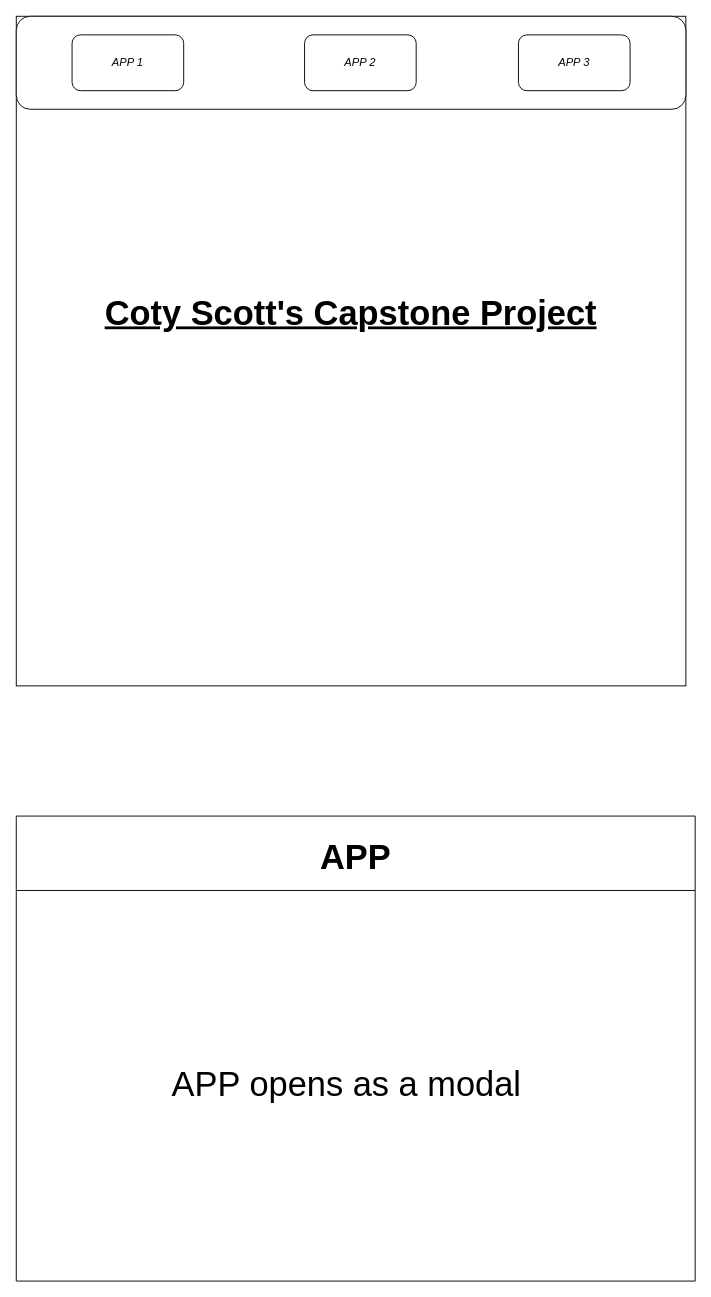
MrEclipse13/flexbox-course keeps this draw.io diagram as Untitled Diagram.drawio. Above is the earlier version. Source tidied: cells renumbered, new cells numbered last; positions are measured from the earlier drawing's top-left corner, leaving out a move shared by most shapes. Both pictures are drawn from the tidied source at 93%, with x=0, y=0 at pixel (16, 16).
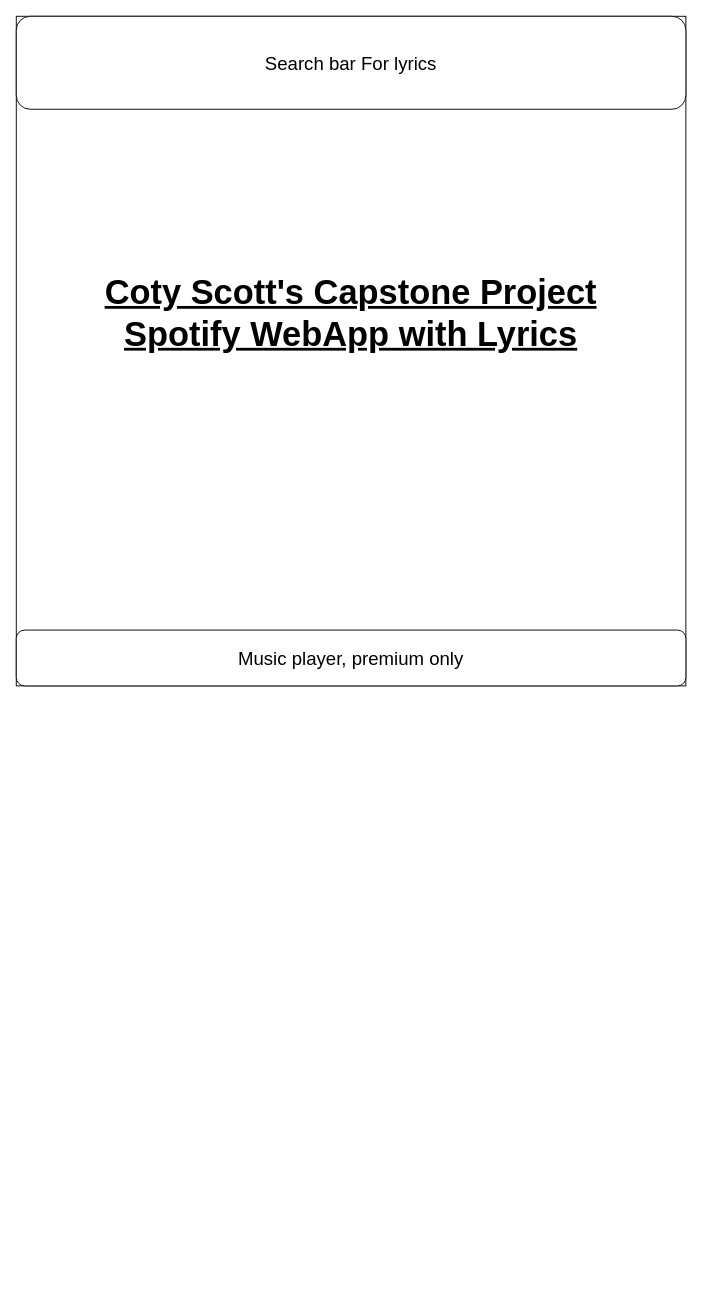
The same diagram, later.

Diff of the diagram source:
```diff
@@
 <mxGraphModel>
   <root>
     <mxCell id="0" />
     <mxCell id="1" parent="0" />
     <mxCell id="2" style="whiteSpace=wrap;html=1;" parent="1" vertex="1">
       <mxGeometry width="720" height="720" as="geometry" />
     </mxCell>
-    <mxCell id="3" style="rounded=1;whiteSpace=wrap;html=1;" parent="1" vertex="1">
+    <mxCell id="3" value="&lt;font style=&quot;font-size: 20px;&quot;&gt;Search bar For lyrics&lt;/font&gt;" style="rounded=1;whiteSpace=wrap;html=1;" parent="1" vertex="1">
       <mxGeometry width="720" height="100" as="geometry" />
     </mxCell>
-    <mxCell id="4" style="rounded=1;whiteSpace=wrap;html=1;" parent="1" vertex="1">
-      <mxGeometry x="60" y="20" width="120" height="60" as="geometry" />
-    </mxCell>
-    <mxCell id="5" style="rounded=1;whiteSpace=wrap;html=1;" parent="1" vertex="1">
-      <mxGeometry x="310" y="20" width="120" height="60" as="geometry" />
-    </mxCell>
-    <mxCell id="6" style="rounded=1;whiteSpace=wrap;html=1;" parent="1" vertex="1">
-      <mxGeometry x="540" y="20" width="120" height="60" as="geometry" />
-    </mxCell>
-    <mxCell id="7" value="APP 1" style="text;html=1;strokeColor=none;fillColor=none;align=center;verticalAlign=middle;whiteSpace=wrap;rounded=0;fontStyle=2;" parent="1" vertex="1">
-      <mxGeometry x="90" y="35" width="60" height="30" as="geometry" />
-    </mxCell>
-    <mxCell id="8" value="APP 2" style="text;html=1;strokeColor=none;fillColor=none;align=center;verticalAlign=middle;whiteSpace=wrap;rounded=0;fontStyle=2;" parent="1" vertex="1">
-      <mxGeometry x="340" y="35" width="60" height="30" as="geometry" />
-    </mxCell>
-    <mxCell id="9" value="APP 3" style="text;html=1;strokeColor=none;fillColor=none;align=center;verticalAlign=middle;whiteSpace=wrap;rounded=0;fontStyle=2;" parent="1" vertex="1">
-      <mxGeometry x="570" y="35" width="60" height="30" as="geometry" />
-    </mxCell>
-    <mxCell id="10" value="Coty Scott's Capstone Project" style="text;html=1;strokeColor=none;fillColor=none;align=center;verticalAlign=middle;whiteSpace=wrap;rounded=0;fontSize=37;fontStyle=5;" parent="1" vertex="1">
+    <mxCell id="10" value="&lt;div&gt;Coty Scott's Capstone Project&lt;/div&gt;&lt;div&gt;Spotify WebApp with Lyrics&lt;br&gt;&lt;/div&gt;" style="text;html=1;strokeColor=none;fillColor=none;align=center;verticalAlign=middle;whiteSpace=wrap;rounded=0;fontSize=37;fontStyle=5;" parent="1" vertex="1">
       <mxGeometry y="210" width="720" height="220" as="geometry" />
     </mxCell>
-    <mxCell id="11" value="APP" style="swimlane;fontSize=37;startSize=80;" parent="1" vertex="1">
-      <mxGeometry y="860" width="730" height="500" as="geometry" />
-    </mxCell>
-    <mxCell id="12" value="APP opens as a modal&amp;nbsp;" style="text;html=1;align=center;verticalAlign=middle;strokeColor=none;fillColor=none;fontSize=37;" parent="1" vertex="1">
-      <mxGeometry x="155" y="1120" width="410" height="60" as="geometry" />
-    </mxCell>
+    <mxCell id="13" value="&lt;font style=&quot;font-size: 20px;&quot;&gt;Music player, premium only&lt;/font&gt;" style="rounded=1;whiteSpace=wrap;html=1;" parent="1" vertex="1">
+      <mxGeometry y="660" width="720" height="60" as="geometry" />
+    </mxCell>
   </root>
 </mxGraphModel>
```
